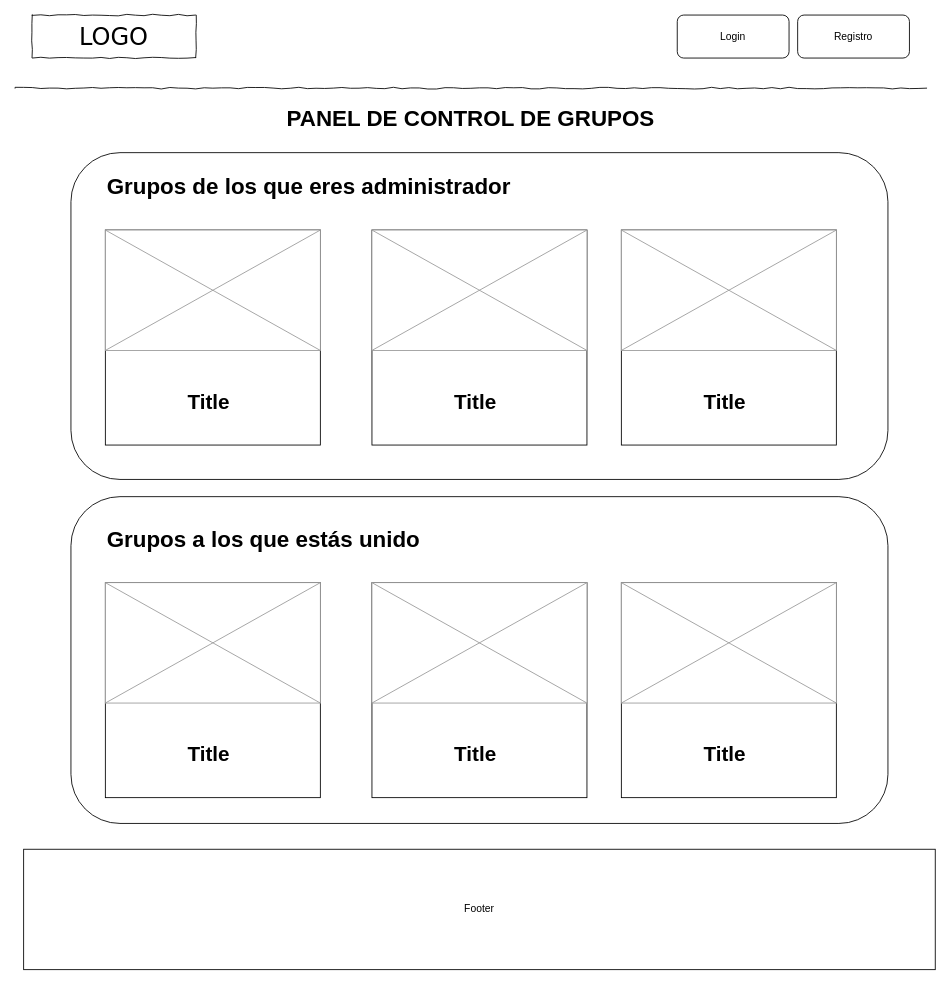
Earlier version of the draw.io diagram P2/sketch/PaneldeControlGrupos.drawio (PepeNavarro7/DIU20). Source tidied: cells renumbered, new cells numbered last; positions are measured from the earlier drawing's top-left corner, leaving out a move shared by most shapes. Both pictures are drawn from the tidied source at 86%, with x=0, y=0 at pixel (15, 15).
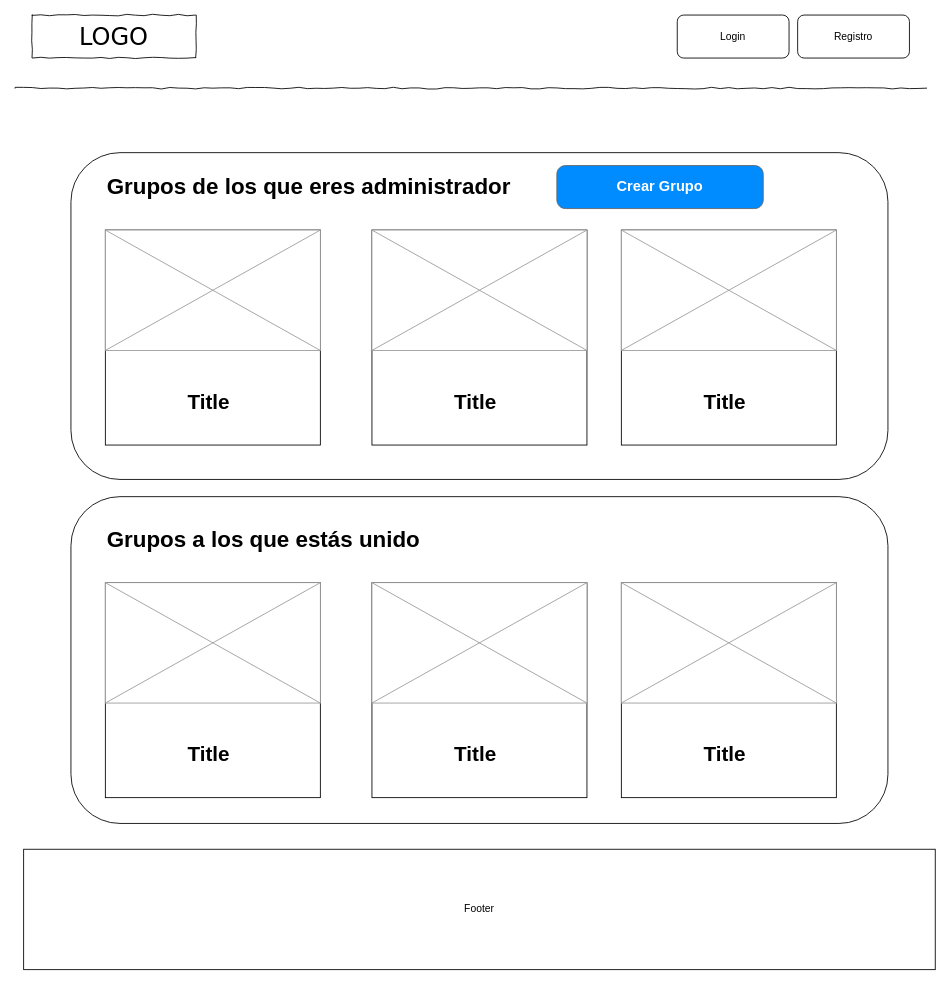
The same diagram, later.

Change to the diagram source:
```diff
@@
-    <mxCell id="17" value="PANEL DE CONTROL DE GRUPOS" style="text;html=1;strokeColor=none;fillColor=none;align=center;verticalAlign=middle;whiteSpace=wrap;rounded=0;horizontal=1;fontSize=26;fontStyle=1;" parent="1" vertex="1">
-      <mxGeometry x="285" y="110" width="490" height="20" as="geometry" />
-    </mxCell>
@@
+    <mxCell id="30" value="Crear Grupo" style="strokeWidth=1;shadow=0;dashed=0;align=center;html=1;shape=mxgraph.mockup.buttons.button;strokeColor=#666666;fontColor=#ffffff;mainText=;buttonStyle=round;fontSize=17;fontStyle=1;fillColor=#008cff;whiteSpace=wrap;" parent="1" vertex="1">
+      <mxGeometry x="630" y="175" width="240" height="50" as="geometry" />
+    </mxCell>
```
